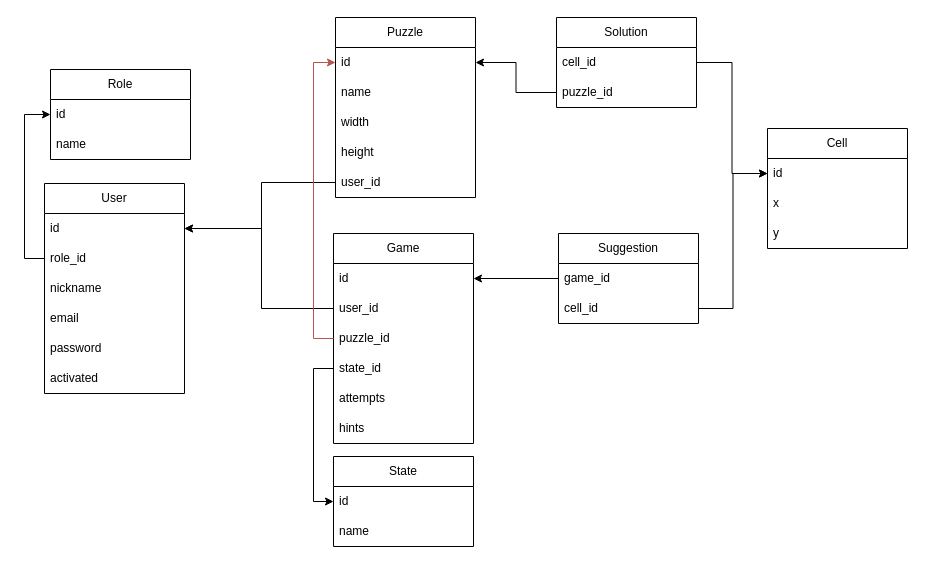
Earlier version of the draw.io diagram db_diagram.drawio (AndrewLozychenko27/Demo-Nonogram). Source tidied: cells renumbered, new cells numbered last; positions are measured from the earlier drawing's top-left corner, leaving out a move shared by most shapes. Both pictures are drawn from the tidied source at 100%, with x=0, y=0 at pixel (44, 17).
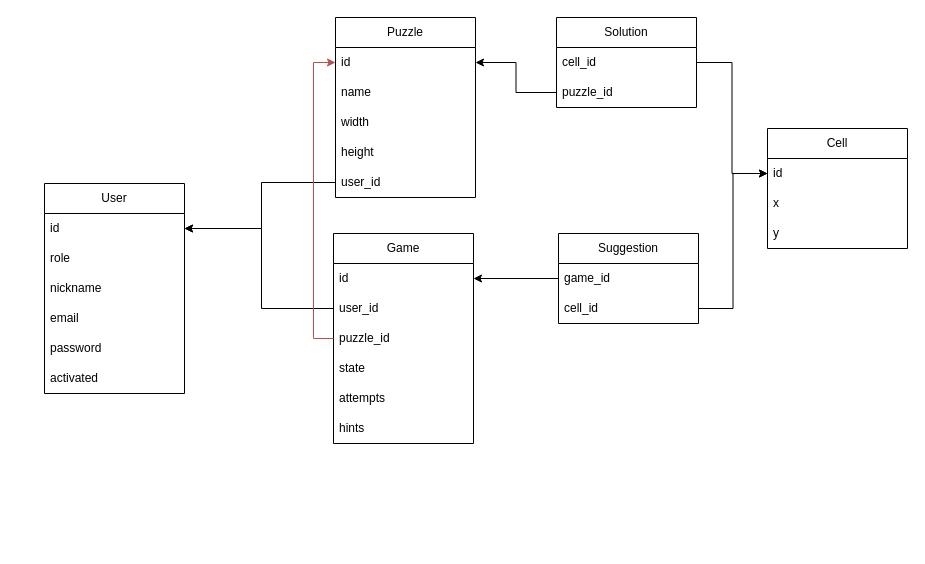
Above is the later version.

Commit message:
DB: Reviewed ERD

Unchanged cells that the change refers to:
```xml
<mxCell id="2" value="User" style="swimlane;fontStyle=0;horizontal=1;startSize=30;whiteSpace=wrap;html=1;" parent="1" vertex="1">
  <mxGeometry y="166" width="140" height="210" as="geometry" />
</mxCell>
<mxCell id="23" value="Game" style="swimlane;fontStyle=0;horizontal=1;startSize=30;whiteSpace=wrap;html=1;" parent="1" vertex="1">
  <mxGeometry x="289" y="216" width="140" height="210" as="geometry" />
</mxCell>
```

Diff of the diagram source:
```diff
@@
-    <mxCell id="4" value="role_id" style="text;strokeColor=none;fillColor=none;align=left;verticalAlign=middle;spacingLeft=4;spacingRight=4;overflow=hidden;points=[[0,0.5],[1,0.5]];portConstraint=eastwest;whiteSpace=wrap;html=1;" parent="2" vertex="1">
+    <mxCell id="4" value="role" style="text;strokeColor=none;fillColor=none;align=left;verticalAlign=middle;spacingLeft=4;spacingRight=4;overflow=hidden;points=[[0,0.5],[1,0.5]];portConstraint=eastwest;whiteSpace=wrap;html=1;" parent="2" vertex="1">
       <mxGeometry y="60" width="140" height="30" as="geometry" />
     </mxCell>
@@
-    <mxCell id="9" value="Role" style="swimlane;fontStyle=0;horizontal=1;startSize=30;whiteSpace=wrap;html=1;" parent="1" vertex="1">
-      <mxGeometry x="6" y="52" width="140" height="90" as="geometry" />
-    </mxCell>
-    <mxCell id="10" value="id" style="text;strokeColor=none;fillColor=none;align=left;verticalAlign=middle;spacingLeft=4;spacingRight=4;overflow=hidden;whiteSpace=wrap;html=1;" parent="9" vertex="1">
-      <mxGeometry y="30" width="140" height="30" as="geometry" />
-    </mxCell>
-    <mxCell id="11" value="name" style="text;strokeColor=none;fillColor=none;align=left;verticalAlign=middle;spacingLeft=4;spacingRight=4;overflow=hidden;whiteSpace=wrap;html=1;" parent="9" vertex="1">
-      <mxGeometry y="60" width="140" height="30" as="geometry" />
-    </mxCell>
-    <mxCell id="12" style="edgeStyle=orthogonalEdgeStyle;rounded=0;jettySize=auto;html=1;exitX=0;exitY=0.5;exitDx=0;exitDy=0;entryX=0;entryY=0.5;entryDx=0;entryDy=0;startArrow=none;startFill=0;" parent="1" edge="1" source="4" target="9">
-      <mxGeometry relative="1" as="geometry" />
-    </mxCell>
@@
-    <mxCell id="27" value="state_id" style="text;strokeColor=none;fillColor=none;align=left;verticalAlign=middle;spacingLeft=4;spacingRight=4;overflow=hidden;points=[[0,0.5],[1,0.5]];portConstraint=eastwest;whiteSpace=wrap;html=1;" parent="23" vertex="1">
+    <mxCell id="27" value="state" style="text;strokeColor=none;fillColor=none;align=left;verticalAlign=middle;spacingLeft=4;spacingRight=4;overflow=hidden;points=[[0,0.5],[1,0.5]];portConstraint=eastwest;whiteSpace=wrap;html=1;" parent="23" vertex="1">
       <mxGeometry y="120" width="140" height="30" as="geometry" />
     </mxCell>
@@
-    <mxCell id="30" value="State" style="swimlane;fontStyle=0;horizontal=1;startSize=30;whiteSpace=wrap;html=1;" parent="1" vertex="1">
-      <mxGeometry x="289" y="439" width="140" height="90" as="geometry" />
-    </mxCell>
-    <mxCell id="31" value="id" style="text;strokeColor=none;fillColor=none;align=left;verticalAlign=middle;spacingLeft=4;spacingRight=4;overflow=hidden;points=[[0,0.5],[1,0.5]];portConstraint=eastwest;whiteSpace=wrap;html=1;" parent="30" vertex="1">
-      <mxGeometry y="30" width="140" height="30" as="geometry" />
-    </mxCell>
-    <mxCell id="32" value="name" style="text;strokeColor=none;fillColor=none;align=left;verticalAlign=middle;spacingLeft=4;spacingRight=4;overflow=hidden;whiteSpace=wrap;html=1;" parent="30" vertex="1">
-      <mxGeometry y="60" width="140" height="30" as="geometry" />
-    </mxCell>
@@
-    <mxCell id="44" style="edgeStyle=orthogonalEdgeStyle;rounded=0;jettySize=auto;html=1;exitX=0;exitY=0.5;exitDx=0;exitDy=0;entryX=0;entryY=0.5;entryDx=0;entryDy=0;startArrow=none;startFill=0;" parent="1" edge="1" source="27" target="31">
-      <mxGeometry relative="1" as="geometry" />
-    </mxCell>
```
